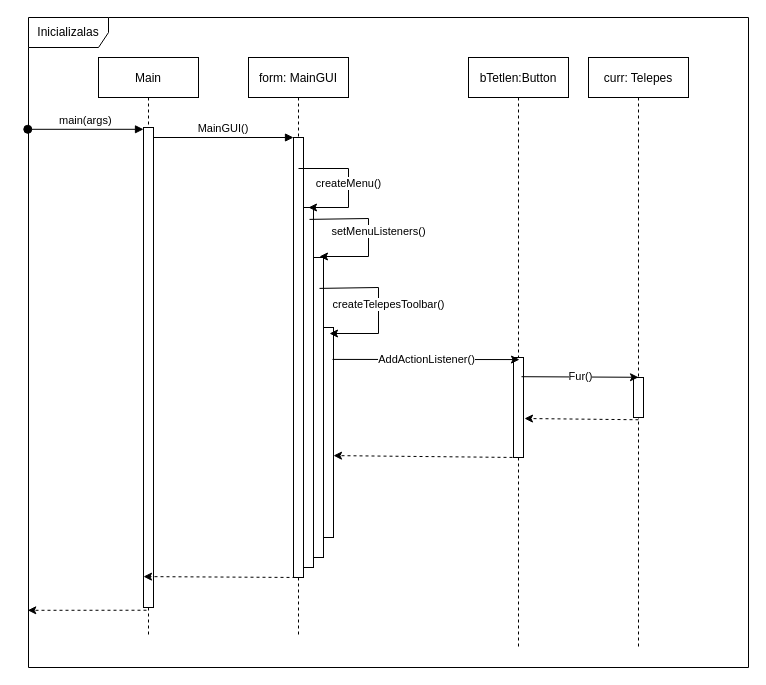
torpeBoiGo/aszteroidabanyaszat keeps this draw.io diagram as doc/UIszek/start.drawio. Above is the earlier version. Source tidied: cells renumbered, new cells numbered last; positions are measured from the earlier drawing's top-left corner, leaving out a move shared by most shapes. Both pictures are drawn from the tidied source at 100%, with x=0, y=0 at pixel (28, 17).
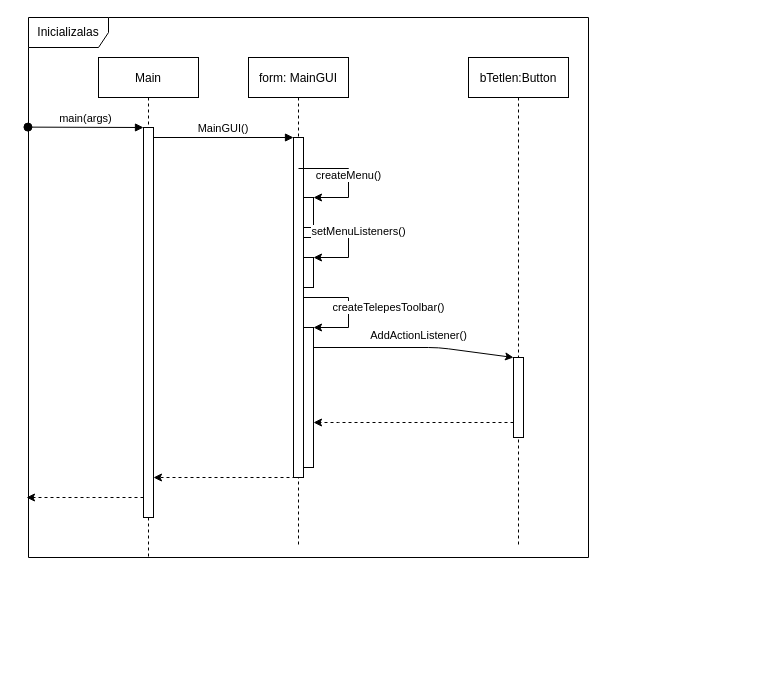
Above is the later version.

Commit message:
kijavítva a hívások sorrendeje

What changed in the source:
```diff
@@
     <mxCell id="2" value="Inicializalas" style="shape=umlFrame;whiteSpace=wrap;html=1;width=80;height=30;" parent="1" vertex="1">
-      <mxGeometry width="720" height="650" as="geometry" />
+      <mxGeometry width="560" height="540" as="geometry" />
     </mxCell>
     <mxCell id="3" value="Main" style="shape=umlLifeline;perimeter=lifelinePerimeter;rounded=0;shadow=0;strokeWidth=1;" parent="1" vertex="1">
-      <mxGeometry x="70" y="40" width="100" height="580" as="geometry" />
+      <mxGeometry x="70" y="40" width="100" height="500" as="geometry" />
     </mxCell>
     <mxCell id="4" style="points=[];perimeter=orthogonalPerimeter;rounded=0;shadow=0;strokeWidth=1;" parent="3" vertex="1">
-      <mxGeometry x="45" y="70" width="10" height="480" as="geometry" />
+      <mxGeometry x="45" y="70" width="10" height="390" as="geometry" />
     </mxCell>
     <mxCell id="5" value="form: MainGUI" style="shape=umlLifeline;perimeter=lifelinePerimeter;rounded=0;shadow=0;strokeWidth=1;" parent="1" vertex="1">
-      <mxGeometry x="220" y="40" width="100" height="580" as="geometry" />
+      <mxGeometry x="220" y="40" width="100" height="490" as="geometry" />
     </mxCell>
     <mxCell id="6" style="points=[];perimeter=orthogonalPerimeter;rounded=0;shadow=0;strokeWidth=1;" parent="5" vertex="1">
-      <mxGeometry x="75" y="270" width="10" height="210" as="geometry" />
+      <mxGeometry x="55" y="270" width="10" height="140" as="geometry" />
     </mxCell>
     <mxCell id="7" style="points=[];perimeter=orthogonalPerimeter;rounded=0;shadow=0;strokeWidth=1;" parent="5" vertex="1">
-      <mxGeometry x="65" y="200" width="10" height="300" as="geometry" />
+      <mxGeometry x="55" y="200" width="10" height="30" as="geometry" />
     </mxCell>
     <mxCell id="8" style="points=[];perimeter=orthogonalPerimeter;rounded=0;shadow=0;strokeWidth=1;" parent="5" vertex="1">
-      <mxGeometry x="55" y="150" width="10" height="360" as="geometry" />
+      <mxGeometry x="55" y="140" width="10" height="30" as="geometry" />
     </mxCell>
     <mxCell id="9" style="points=[];perimeter=orthogonalPerimeter;rounded=0;shadow=0;strokeWidth=1;" parent="5" vertex="1">
-      <mxGeometry x="45" y="80" width="10" height="440" as="geometry" />
+      <mxGeometry x="45" y="80" width="10" height="340" as="geometry" />
     </mxCell>
-    <mxCell id="10" value="createMenu()" style="endArrow=classic;html=1;rounded=0;" parent="5" edge="1">
+    <mxCell id="10" value="createMenu()" style="endArrow=classic;html=1;rounded=0;" parent="5" edge="1" target="8">
       <mxGeometry relative="1" as="geometry">
         <mxPoint x="50" y="111" as="sourcePoint" />
-        <mxPoint x="60" y="150" as="targetPoint" />
         <Array as="points">
           <mxPoint x="100" y="111" />
-          <mxPoint x="100" y="150" />
+          <mxPoint x="100" y="140" />
         </Array>
       </mxGeometry>
     </mxCell>
-    <mxCell id="11" value="setMenuListeners()" style="endArrow=classic;html=1;rounded=0;startArrow=none;exitX=0.6;exitY=0.033;exitDx=0;exitDy=0;exitPerimeter=0;" parent="5" edge="1" source="8">
-      <mxGeometry x="-0.01" y="10" relative="1" as="geometry">
-        <mxPoint x="71" y="199" as="targetPoint" />
+    <mxCell id="11" value="setMenuListeners()" style="endArrow=classic;html=1;rounded=0;startArrow=none;" parent="5" edge="1" source="9" target="7">
+      <mxGeometry x="-0.02" y="14" relative="1" as="geometry">
         <Array as="points">
-          <mxPoint x="120" y="161" />
-          <mxPoint x="120" y="199" />
+          <mxPoint x="100" y="180" />
+          <mxPoint x="100" y="200" />
         </Array>
+        <mxPoint x="-4" y="-10" as="offset" />
       </mxGeometry>
     </mxCell>
-    <mxCell id="12" value="createTelepesToolbar()" style="endArrow=classic;html=1;rounded=0;startArrow=none;exitX=0.6;exitY=0.103;exitDx=0;exitDy=0;exitPerimeter=0;" parent="5" edge="1" source="7">
-      <mxGeometry x="-0.01" y="10" relative="1" as="geometry">
-        <mxPoint x="81" y="276" as="targetPoint" />
+    <mxCell id="12" value="createTelepesToolbar()" style="endArrow=classic;html=1;rounded=0;startArrow=none;" parent="5" edge="1" source="9" target="6">
+      <mxGeometry y="40" relative="1" as="geometry">
         <Array as="points">
-          <mxPoint x="130" y="230" />
-          <mxPoint x="130" y="276" />
+          <mxPoint x="100" y="240" />
+          <mxPoint x="100" y="270" />
         </Array>
       </mxGeometry>
     </mxCell>
@@
     <mxCell id="14" value="bTetlen:Button" style="shape=umlLifeline;perimeter=lifelinePerimeter;rounded=0;shadow=0;strokeWidth=1;" parent="1" vertex="1">
-      <mxGeometry x="440" y="40" width="100" height="590" as="geometry" />
+      <mxGeometry x="440" y="40" width="100" height="490" as="geometry" />
     </mxCell>
     <mxCell id="15" style="points=[];perimeter=orthogonalPerimeter;rounded=0;shadow=0;strokeWidth=1;" parent="14" vertex="1">
-      <mxGeometry x="45" y="300" width="10" height="100" as="geometry" />
+      <mxGeometry x="45" y="300" width="10" height="80" as="geometry" />
     </mxCell>
-    <mxCell id="16" value="AddActionListener()" style="endArrow=classic;html=1;exitX=0.9;exitY=0.152;exitDx=0;exitDy=0;exitPerimeter=0;entryX=0.51;entryY=0.512;entryDx=0;entryDy=0;entryPerimeter=0;" parent="1" edge="1" source="6" target="14">
-      <mxGeometry relative="1" as="geometry" />
+    <mxCell id="16" value="AddActionListener()" style="endArrow=classic;html=1;" parent="1" edge="1" source="6" target="15">
+      <mxGeometry x="0.05" y="12" relative="1" as="geometry">
+        <Array as="points">
+          <mxPoint x="410" y="330" />
+        </Array>
+      </mxGeometry>
     </mxCell>
-    <mxCell id="17" value="curr: Telepes" style="shape=umlLifeline;perimeter=lifelinePerimeter;rounded=0;shadow=0;strokeWidth=1;" parent="1" vertex="1">
-      <mxGeometry x="560" y="40" width="100" height="590" as="geometry" />
-    </mxCell>
-    <mxCell id="18" style="perimeter=orthogonalPerimeter;rounded=0;shadow=0;strokeWidth=1;" parent="17" vertex="1">
-      <mxGeometry x="45" y="320" width="10" height="40" as="geometry" />
-    </mxCell>
-    <mxCell id="19" value="Fur()" style="endArrow=classic;html=1;exitX=0.53;exitY=0.541;exitDx=0;exitDy=0;exitPerimeter=0;entryX=0.5;entryY=0.542;entryDx=0;entryDy=0;entryPerimeter=0;" parent="1" edge="1" source="14" target="17">
-      <mxGeometry relative="1" as="geometry" />
-    </mxCell>
-    <mxCell id="20" style="endArrow=classic;html=1;exitX=0.5;exitY=0.614;exitDx=0;exitDy=0;exitPerimeter=0;dashed=1;" parent="1" edge="1" source="17">
-      <mxGeometry relative="1" as="geometry">
-        <mxPoint x="496" y="401" as="targetPoint" />
-      </mxGeometry>
-    </mxCell>
-    <mxCell id="21" style="endArrow=classic;html=1;dashed=1;entryX=1;entryY=0.61;entryDx=0;entryDy=0;entryPerimeter=0;" parent="1" edge="1" target="6">
+    <mxCell id="21" style="endArrow=classic;html=1;dashed=1;" parent="1" edge="1" source="15" target="6">
       <mxGeometry relative="1" as="geometry">
-        <mxPoint x="490" y="440" as="sourcePoint" />
+        <Array as="points">
+          <mxPoint x="320" y="405" />
+        </Array>
       </mxGeometry>
     </mxCell>
-    <mxCell id="22" style="endArrow=classic;html=1;dashed=1;entryX=0.45;entryY=0.895;entryDx=0;entryDy=0;entryPerimeter=0;exitX=0.8;exitY=1;exitDx=0;exitDy=0;exitPerimeter=0;" parent="1" edge="1" source="9" target="3">
+    <mxCell id="22" style="endArrow=classic;html=1;dashed=1;exitX=0.8;exitY=1;exitDx=0;exitDy=0;exitPerimeter=0;" parent="1" edge="1" source="9" target="4">
       <mxGeometry relative="1" as="geometry" />
     </mxCell>
-    <mxCell id="23" style="endArrow=classic;html=1;dashed=1;exitX=0.48;exitY=0.953;exitDx=0;exitDy=0;exitPerimeter=0;entryX=-0.001;entryY=0.912;entryDx=0;entryDy=0;entryPerimeter=0;" parent="1" edge="1" source="3" target="2">
-      <mxGeometry relative="1" as="geometry" />
+    <mxCell id="23" style="endArrow=classic;html=1;dashed=1;" parent="1" edge="1" source="4">
+      <mxGeometry relative="1" as="geometry">
+        <mxPoint x="-2" y="480" as="targetPoint" />
+        <Array as="points">
+          <mxPoint x="50" y="480" />
+        </Array>
+      </mxGeometry>
     </mxCell>
-    <mxCell id="24" value="main(args)" style="verticalAlign=bottom;startArrow=oval;endArrow=block;startSize=8;shadow=0;strokeWidth=1;exitX=-0.001;exitY=0.172;exitDx=0;exitDy=0;exitPerimeter=0;" parent="1" edge="1" source="2" target="4">
+    <mxCell id="24" value="main(args)" style="verticalAlign=bottom;startArrow=oval;endArrow=block;startSize=8;shadow=0;strokeWidth=1;exitX=-0.001;exitY=0.203;exitDx=0;exitDy=0;exitPerimeter=0;" parent="1" edge="1" source="2" target="4">
       <mxGeometry relative="1" as="geometry" />
     </mxCell>
```
